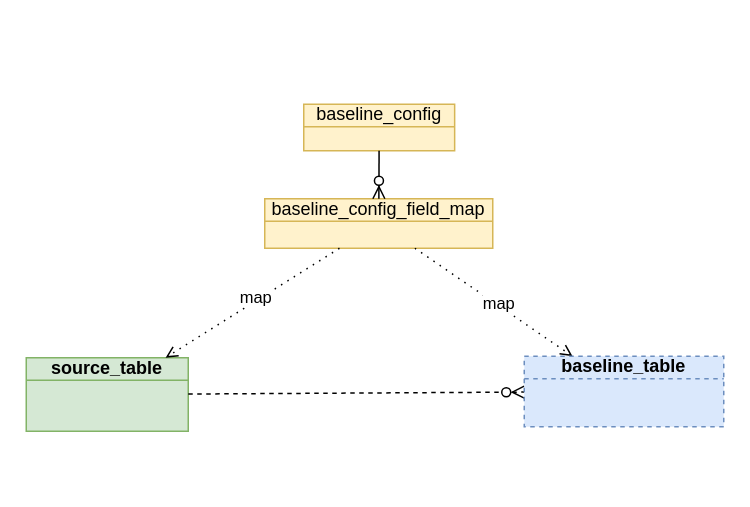
Earlier version of the draw.io diagram page "mProgram3" (8 of 12) of Wac.drawio (algimas/tmp). Source tidied: cells renumbered, new cells numbered last; positions are measured from the earlier drawing's top-left corner, leaving out a move shared by most shapes. Both pictures are drawn from the tidied source at 150%, with x=0, y=0 at pixel (26, 104).
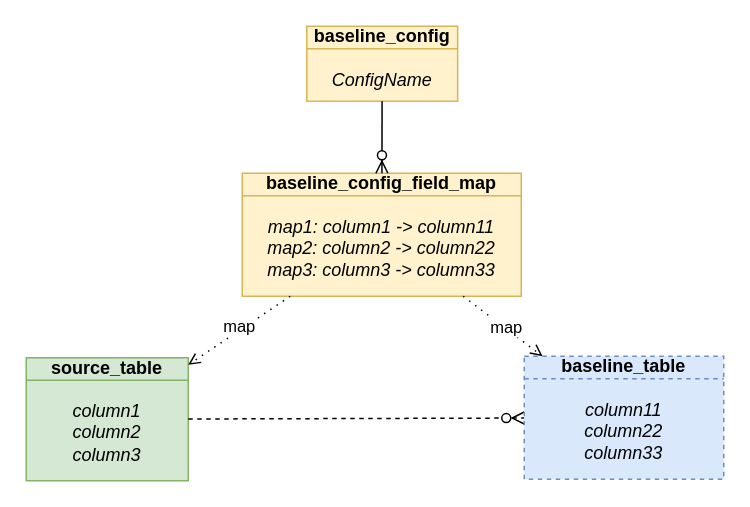
The same diagram, later.

Diff of the diagram source:
```diff
@@
 <mxGraphModel>
   <root>
     <mxCell id="0" />
     <mxCell id="1" parent="0" />
-    <mxCell id="2" value="&lt;b&gt;source_table&lt;/b&gt;" style="html=1;outlineConnect=0;whiteSpace=wrap;fillColor=#d5e8d4;shape=mxgraph.archimate3.businessObject;overflow=fill;strokeColor=#82b366;fontStyle=0;fontSize=12;shadow=0;" parent="1" vertex="1">
-      <mxGeometry y="169" width="108" height="49" as="geometry" />
+    <mxCell id="2" value="&lt;b&gt;source_table&lt;/b&gt;&lt;div&gt;&lt;br&gt;&lt;/div&gt;&lt;div&gt;&lt;i&gt;column1&lt;/i&gt;&lt;/div&gt;&lt;div&gt;&lt;i&gt;column2&lt;/i&gt;&lt;/div&gt;&lt;div&gt;&lt;i&gt;column3&lt;/i&gt;&lt;/div&gt;" style="html=1;outlineConnect=0;whiteSpace=wrap;fillColor=#d5e8d4;shape=mxgraph.archimate3.businessObject;overflow=fill;strokeColor=#82b366;fontStyle=0;fontSize=12;shadow=0;" parent="1" vertex="1">
+      <mxGeometry y="169" width="108" height="82" as="geometry" />
     </mxCell>
-    <mxCell id="3" value="baseline_config_field_map&lt;div&gt;&lt;br&gt;&lt;/div&gt;" style="html=1;outlineConnect=0;whiteSpace=wrap;fillColor=#fff2cc;shape=mxgraph.archimate3.businessObject;overflow=fill;strokeColor=#d6b656;fontStyle=0;fontSize=12;shadow=0;" parent="1" vertex="1">
-      <mxGeometry x="159" y="63" width="152" height="33" as="geometry" />
+    <mxCell id="3" value="&lt;b&gt;baseline_config_field_map&lt;/b&gt;&lt;div&gt;&lt;br&gt;&lt;/div&gt;&lt;div&gt;&lt;i&gt;map1: column1 -&amp;gt; column11&lt;/i&gt;&lt;/div&gt;&lt;div&gt;&lt;i&gt;map2: column2 -&amp;gt; column22&lt;/i&gt;&lt;/div&gt;&lt;div&gt;&lt;i&gt;map3: column3 -&amp;gt; column33&lt;/i&gt;&lt;/div&gt;" style="html=1;outlineConnect=0;whiteSpace=wrap;fillColor=#fff2cc;shape=mxgraph.archimate3.businessObject;overflow=fill;strokeColor=#d6b656;fontStyle=0;fontSize=12;shadow=0;" parent="1" vertex="1">
+      <mxGeometry x="144" y="46" width="186" height="82" as="geometry" />
     </mxCell>
     <mxCell id="4" style="fontSize=12;html=1;endArrow=ERzeroToMany;endFill=1;rounded=0;fontStyle=0;dashed=1;" parent="1" edge="1" source="2" target="11">
       <mxGeometry relative="1" as="geometry" />
     </mxCell>
     <mxCell id="5" style="html=1;endArrow=open;elbow=horizontal;endFill=0;dashed=1;dashPattern=1 4;rounded=0;" parent="1" edge="1" source="3" target="2">
       <mxGeometry relative="1" as="geometry" />
     </mxCell>
     <mxCell id="6" value="map" style="edgeLabel;html=1;align=center;verticalAlign=middle;" parent="5" vertex="1">
       <mxGeometry x="-0.05" y="-3" relative="1" as="geometry" />
     </mxCell>
     <mxCell id="7" style="html=1;endArrow=open;elbow=horizontal;endFill=0;dashed=1;dashPattern=1 4;rounded=0;" parent="1" edge="1" source="3" target="11">
       <mxGeometry relative="1" as="geometry" />
     </mxCell>
     <mxCell id="8" value="map" style="edgeLabel;html=1;align=center;verticalAlign=middle;" parent="7" vertex="1">
       <mxGeometry x="0.04" y="1" relative="1" as="geometry" />
     </mxCell>
-    <mxCell id="9" value="baseline_config" style="html=1;outlineConnect=0;whiteSpace=wrap;fillColor=#fff2cc;shape=mxgraph.archimate3.businessObject;overflow=fill;strokeColor=#d6b656;fontStyle=0;fontSize=12;shadow=0;" parent="1" vertex="1">
-      <mxGeometry x="185" width="100.6" height="31" as="geometry" />
+    <mxCell id="9" value="&lt;b&gt;baseline_config&lt;/b&gt;&lt;div&gt;&lt;br&gt;&lt;/div&gt;&lt;div&gt;&lt;i&gt;ConfigName&lt;/i&gt;&lt;/div&gt;" style="html=1;outlineConnect=0;whiteSpace=wrap;fillColor=#fff2cc;shape=mxgraph.archimate3.businessObject;overflow=fill;strokeColor=#d6b656;fontStyle=0;fontSize=12;shadow=0;" parent="1" vertex="1">
+      <mxGeometry x="187" y="-52" width="100.6" height="50" as="geometry" />
     </mxCell>
     <mxCell id="10" style="fontSize=12;html=1;endArrow=ERzeroToMany;endFill=1;rounded=0;fontStyle=0;" parent="1" edge="1" source="9" target="3">
       <mxGeometry relative="1" as="geometry" />
     </mxCell>
-    <mxCell id="11" value="&lt;b&gt;baseline_table&lt;/b&gt;" style="html=1;outlineConnect=0;whiteSpace=wrap;fillColor=#dae8fc;shape=mxgraph.archimate3.businessObject;overflow=fill;strokeColor=#6c8ebf;fontStyle=0;fontSize=12;shadow=0;dashed=1;" parent="1" vertex="1">
-      <mxGeometry x="332" y="168" width="133" height="47" as="geometry" />
+    <mxCell id="11" value="&lt;b&gt;baseline_table&lt;/b&gt;&lt;div&gt;&lt;b&gt;&lt;br&gt;&lt;/b&gt;&lt;/div&gt;&lt;div&gt;&lt;div&gt;&lt;i&gt;column11&lt;/i&gt;&lt;/div&gt;&lt;div&gt;&lt;i&gt;column22&lt;/i&gt;&lt;/div&gt;&lt;div&gt;&lt;i&gt;column33&lt;/i&gt;&lt;/div&gt;&lt;/div&gt;" style="html=1;outlineConnect=0;whiteSpace=wrap;fillColor=#dae8fc;shape=mxgraph.archimate3.businessObject;overflow=fill;strokeColor=#6c8ebf;fontStyle=0;fontSize=12;shadow=0;dashed=1;" parent="1" vertex="1">
+      <mxGeometry x="332" y="168" width="133" height="82" as="geometry" />
     </mxCell>
   </root>
 </mxGraphModel>
```
